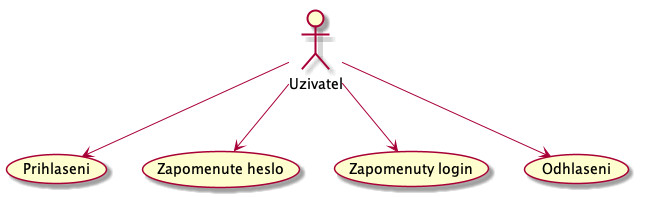
Earlier version of the PlantUML export ucs-uzivatel.png (Internet-Handel/postman). The source it was exported from:
```plantuml
@startuml

actor :Uzivatel: as user

(Prihlaseni) as (login)
(Zapomenute heslo) as (forgotten_password)
(Zapomenuty login) as (forgotten_login)
(Odhlaseni) as (logout)

user --> (login)
user --> (forgotten_password)
user --> (forgotten_login)
user --> (logout)


@enduml
```
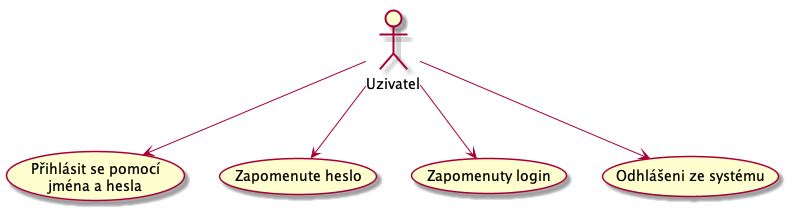
After the commit.

Change to the diagram source:
```diff
@@ -2,10 +2,10 @@
 
 actor :Uzivatel: as user
 
-(Prihlaseni) as (login)
+(P?ihlásit se pomocí\njména a hesla) as (login)
 (Zapomenute heslo) as (forgotten_password)
 (Zapomenuty login) as (forgotten_login)
-(Odhlaseni) as (logout)
+(Odhlá?eni ze systému) as (logout)
 
 user --> (login)
 user --> (forgotten_password)
```
